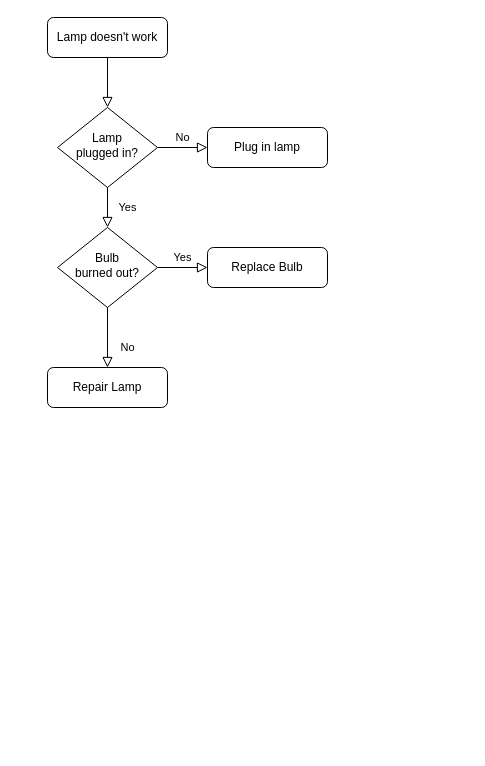
Earlier version of the draw.io diagram flowchart.drawio (samjordan427/Backbase-Technical-Assignment). Source tidied: cells renumbered, new cells numbered last; positions are measured from the earlier drawing's top-left corner, leaving out a move shared by most shapes. Both pictures are drawn from the tidied source at 100%, with x=0, y=0 at pixel (47, 17).
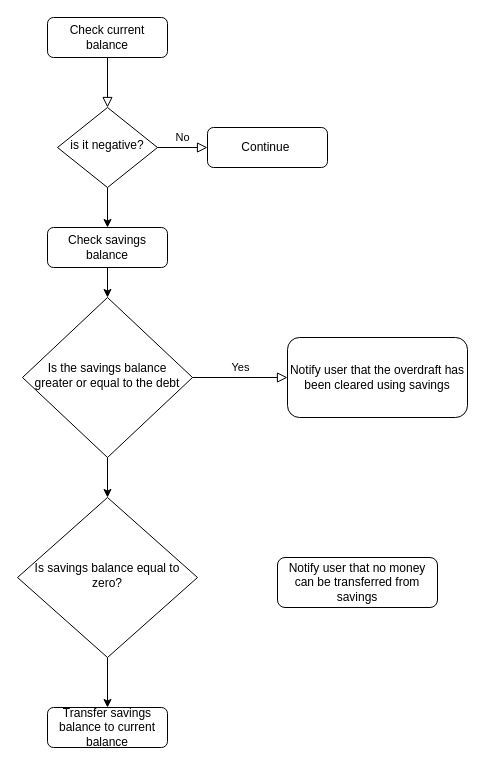
The same page after the edit.

Diff of the diagram source:
```diff
@@
 <mxGraphModel>
   <root>
     <mxCell id="0" />
     <mxCell id="1" parent="0" />
     <mxCell id="2" style="rounded=0;html=1;jettySize=auto;fontSize=11;endArrow=block;endFill=0;endSize=8;strokeWidth=1;shadow=0;labelBackgroundColor=none;edgeStyle=orthogonalEdgeStyle;" parent="1" edge="1" source="3" target="6">
       <mxGeometry relative="1" as="geometry" />
     </mxCell>
-    <mxCell id="3" value="Lamp doesn't work" style="rounded=1;whiteSpace=wrap;html=1;fontSize=12;glass=0;strokeWidth=1;shadow=0;" parent="1" vertex="1">
+    <mxCell id="3" value="Check current balance" style="rounded=1;whiteSpace=wrap;html=1;fontSize=12;glass=0;strokeWidth=1;shadow=0;" parent="1" vertex="1">
       <mxGeometry width="120" height="40" as="geometry" />
     </mxCell>
-    <mxCell id="4" value="Yes" style="rounded=0;html=1;jettySize=auto;fontSize=11;endArrow=block;endFill=0;endSize=8;strokeWidth=1;shadow=0;labelBackgroundColor=none;edgeStyle=orthogonalEdgeStyle;" parent="1" edge="1" source="6" target="10">
-      <mxGeometry y="20" relative="1" as="geometry" />
-    </mxCell>
     <mxCell id="5" value="No" style="edgeStyle=orthogonalEdgeStyle;rounded=0;html=1;jettySize=auto;fontSize=11;endArrow=block;endFill=0;endSize=8;strokeWidth=1;shadow=0;labelBackgroundColor=none;" parent="1" edge="1" source="6" target="7">
       <mxGeometry y="10" relative="1" as="geometry" />
     </mxCell>
+    <mxCell id="13" style="edgeStyle=orthogonalEdgeStyle;rounded=0;jettySize=auto;html=1;exitX=0.5;exitY=1;exitDx=0;exitDy=0;entryX=0.5;entryY=0;entryDx=0;entryDy=0;" parent="1" edge="1" source="6" target="16">
+      <mxGeometry relative="1" as="geometry" />
+    </mxCell>
-    <mxCell id="6" value="Lamp&lt;br&gt;plugged in?" style="rhombus;whiteSpace=wrap;html=1;shadow=0;fontFamily=Helvetica;fontSize=12;align=center;strokeWidth=1;spacing=6;spacingTop=-4;" parent="1" vertex="1">
+    <mxCell id="6" value="is it negative?" style="rhombus;whiteSpace=wrap;html=1;shadow=0;fontFamily=Helvetica;fontSize=12;align=center;strokeWidth=1;spacing=6;spacingTop=-4;" parent="1" vertex="1">
       <mxGeometry x="10" y="90" width="100" height="80" as="geometry" />
     </mxCell>
-    <mxCell id="7" value="Plug in lamp" style="rounded=1;whiteSpace=wrap;html=1;fontSize=12;glass=0;strokeWidth=1;shadow=0;" parent="1" vertex="1">
+    <mxCell id="7" value="Continue&amp;nbsp;" style="rounded=1;whiteSpace=wrap;html=1;fontSize=12;glass=0;strokeWidth=1;shadow=0;" parent="1" vertex="1">
       <mxGeometry x="160" y="110" width="120" height="40" as="geometry" />
     </mxCell>
-    <mxCell id="8" value="No" style="rounded=0;html=1;jettySize=auto;fontSize=11;endArrow=block;endFill=0;endSize=8;strokeWidth=1;shadow=0;labelBackgroundColor=none;edgeStyle=orthogonalEdgeStyle;" parent="1" edge="1" source="10" target="11">
-      <mxGeometry x="0.33" y="20" relative="1" as="geometry" />
-    </mxCell>
     <mxCell id="9" value="Yes" style="edgeStyle=orthogonalEdgeStyle;rounded=0;html=1;jettySize=auto;fontSize=11;endArrow=block;endFill=0;endSize=8;strokeWidth=1;shadow=0;labelBackgroundColor=none;" parent="1" edge="1" source="10" target="12">
       <mxGeometry y="10" relative="1" as="geometry" />
     </mxCell>
+    <mxCell id="14" style="edgeStyle=orthogonalEdgeStyle;rounded=0;jettySize=auto;html=1;exitX=0.5;exitY=1;exitDx=0;exitDy=0;entryX=0.5;entryY=0;entryDx=0;entryDy=0;" parent="1" edge="1" source="10" target="18">
+      <mxGeometry relative="1" as="geometry" />
+    </mxCell>
-    <mxCell id="10" value="Bulb&lt;br&gt;burned out?" style="rhombus;whiteSpace=wrap;html=1;shadow=0;fontFamily=Helvetica;fontSize=12;align=center;strokeWidth=1;spacing=6;spacingTop=-4;" parent="1" vertex="1">
-      <mxGeometry x="10" y="210" width="100" height="80" as="geometry" />
+    <mxCell id="10" value="Is the savings balance greater or equal to the debt" style="rhombus;whiteSpace=wrap;html=1;shadow=0;fontFamily=Helvetica;fontSize=12;align=center;strokeWidth=1;spacing=6;spacingTop=-4;" parent="1" vertex="1">
+      <mxGeometry x="-25" y="280" width="170" height="160" as="geometry" />
     </mxCell>
-    <mxCell id="11" value="Repair Lamp" style="rounded=1;whiteSpace=wrap;html=1;fontSize=12;glass=0;strokeWidth=1;shadow=0;" parent="1" vertex="1">
-      <mxGeometry y="350" width="120" height="40" as="geometry" />
+    <mxCell id="11" value="Transfer savings balance to current balance" style="rounded=1;whiteSpace=wrap;html=1;fontSize=12;glass=0;strokeWidth=1;shadow=0;" parent="1" vertex="1">
+      <mxGeometry y="690" width="120" height="40" as="geometry" />
     </mxCell>
-    <mxCell id="12" value="Replace Bulb" style="rounded=1;whiteSpace=wrap;html=1;fontSize=12;glass=0;strokeWidth=1;shadow=0;" parent="1" vertex="1">
-      <mxGeometry x="160" y="230" width="120" height="40" as="geometry" />
+    <mxCell id="12" value="Notify user that the overdraft has been cleared using savings" style="rounded=1;whiteSpace=wrap;html=1;fontSize=12;glass=0;strokeWidth=1;shadow=0;" parent="1" vertex="1">
+      <mxGeometry x="240" y="320" width="180" height="80" as="geometry" />
     </mxCell>
+    <mxCell id="15" style="edgeStyle=orthogonalEdgeStyle;rounded=0;jettySize=auto;html=1;exitX=0.5;exitY=1;exitDx=0;exitDy=0;entryX=0.5;entryY=0;entryDx=0;entryDy=0;" parent="1" edge="1" source="16" target="10">
+      <mxGeometry relative="1" as="geometry" />
+    </mxCell>
+    <mxCell id="16" value="Check savings balance" style="rounded=1;whiteSpace=wrap;html=1;fontSize=12;glass=0;strokeWidth=1;shadow=0;" parent="1" vertex="1">
+      <mxGeometry y="210" width="120" height="40" as="geometry" />
+    </mxCell>
+    <mxCell id="17" style="edgeStyle=orthogonalEdgeStyle;rounded=0;jettySize=auto;html=1;exitX=0.5;exitY=1;exitDx=0;exitDy=0;entryX=0.5;entryY=0;entryDx=0;entryDy=0;" parent="1" edge="1" source="18" target="11">
+      <mxGeometry relative="1" as="geometry" />
+    </mxCell>
+    <mxCell id="18" value="Is savings balance equal to zero?" style="rhombus;whiteSpace=wrap;html=1;shadow=0;fontFamily=Helvetica;fontSize=12;align=center;strokeWidth=1;spacing=6;spacingTop=-4;" parent="1" vertex="1">
+      <mxGeometry x="-30" y="480" width="180" height="160" as="geometry" />
+    </mxCell>
+    <mxCell id="19" value="Notify user that no money can be transferred from savings" style="rounded=1;whiteSpace=wrap;html=1;fontSize=12;glass=0;strokeWidth=1;shadow=0;" parent="1" vertex="1">
+      <mxGeometry x="230" y="540" width="160" height="50" as="geometry" />
+    </mxCell>
   </root>
 </mxGraphModel>
```
